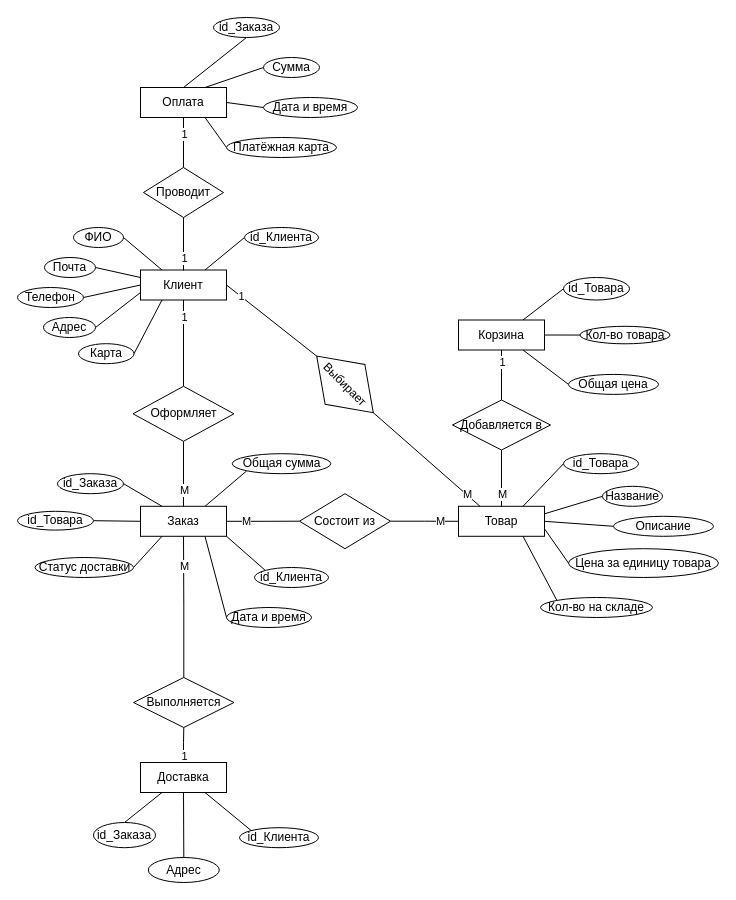
Above: page "Концептуальная модель" (6 of 8) of Все диаграммы.drawio in AnnaOtchina/AnnaKyrsach (draw.io), before the change. Source tidied: cells renumbered, new cells numbered last; positions are measured from the earlier drawing's top-left corner, leaving out a move shared by most shapes. Both pictures are drawn from the tidied source at 100%, with x=0, y=0 at pixel (17, 17).
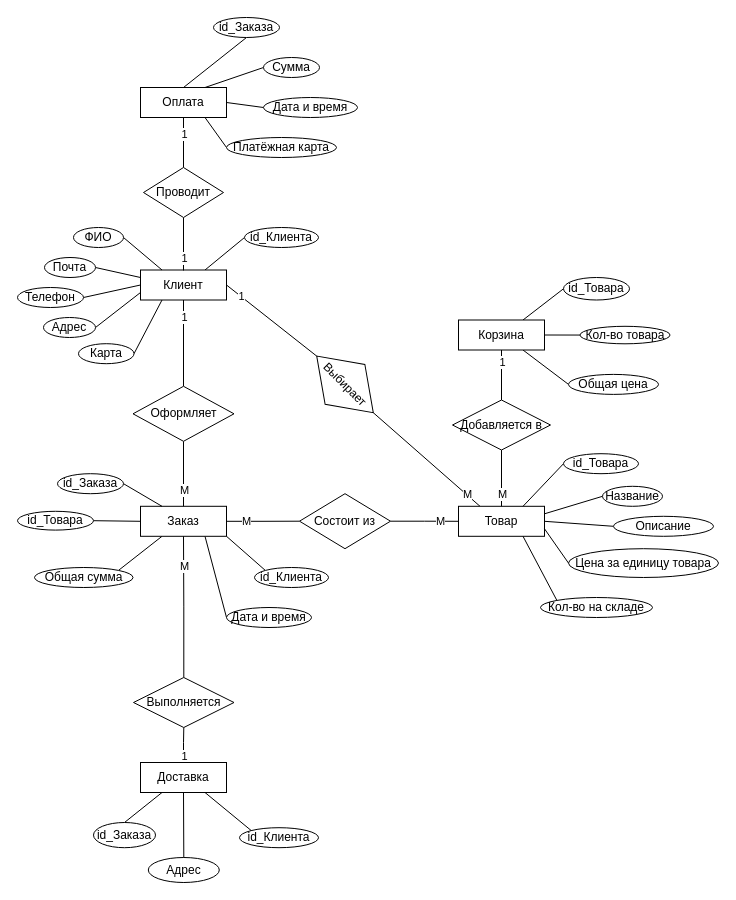
The same page after the edit.

The change refers to these unchanged cells:
```xml
<mxCell id="16" value="Заказ" style="rounded=0;whiteSpace=wrap;html=1;" parent="1" vertex="1">
  <mxGeometry x="123" y="488.8" width="86" height="30" as="geometry" />
</mxCell>
```

What changed in the source:
```diff
@@
-    <mxCell id="15" style="rounded=0;jettySize=auto;html=1;exitX=0.75;exitY=0;exitDx=0;exitDy=0;entryX=0;entryY=1;entryDx=0;entryDy=0;endArrow=none;endFill=0;" parent="1" edge="1" source="16" target="91">
+    <mxCell id="15" style="rounded=0;jettySize=auto;html=1;exitX=0.25;exitY=1;exitDx=0;exitDy=0;entryX=1;entryY=0;entryDx=0;entryDy=0;endArrow=none;endFill=0;" parent="1" edge="1" source="16" target="91">
       <mxGeometry relative="1" as="geometry" />
     </mxCell>
@@
-    <mxCell id="73" style="rounded=0;jettySize=auto;html=1;exitX=1;exitY=0.5;exitDx=0;exitDy=0;entryX=0.25;entryY=1;entryDx=0;entryDy=0;endArrow=none;endFill=0;" parent="1" edge="1" source="74" target="16">
-      <mxGeometry relative="1" as="geometry" />
-    </mxCell>
-    <mxCell id="74" value="Статус доставки" style="ellipse;whiteSpace=wrap;html=1;" parent="1" vertex="1">
-      <mxGeometry x="17.5" y="540" width="98.5" height="20" as="geometry" />
-    </mxCell>
@@
     <mxCell id="91" value="Общая сумма" style="ellipse;whiteSpace=wrap;html=1;" parent="1" vertex="1">
-      <mxGeometry x="214.8" y="436.2" width="98.5" height="20" as="geometry" />
+      <mxGeometry x="17" y="550" width="98.5" height="20" as="geometry" />
     </mxCell>
```
